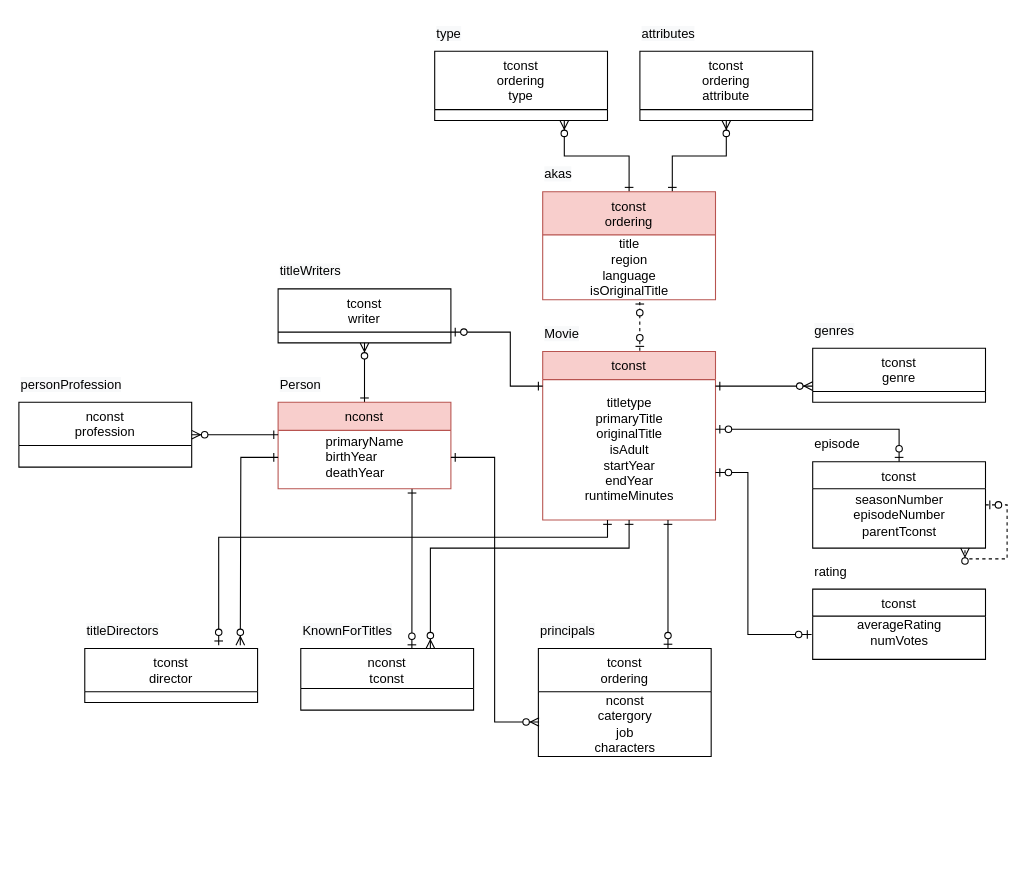
Before: db.drawio in inuinseoul/python_mysql-imdb-project, a draw.io diagram. Source tidied: cells renumbered, new cells numbered last; positions are measured from the earlier drawing's top-left corner, leaving out a move shared by most shapes. Both pictures are drawn from the tidied source at 108%, with x=0, y=0 at pixel (18, 18).
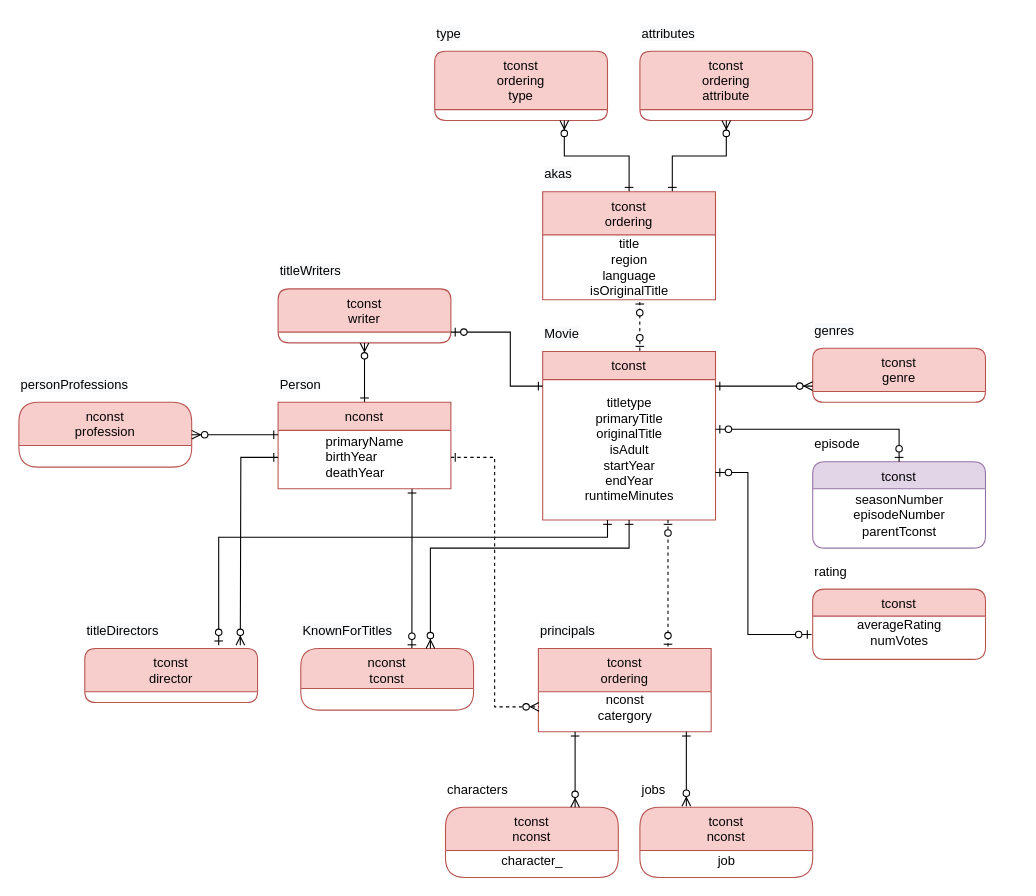
The same diagram, later.

The change refers to these unchanged cells:
```xml
<mxCell id="4" value="&lt;span&gt;&lt;br&gt;titletype&lt;/span&gt;&lt;br style=&quot;padding: 0px ; margin: 0px&quot;&gt;&lt;span&gt;primaryTitle&lt;/span&gt;&lt;br style=&quot;padding: 0px ; margin: 0px&quot;&gt;&lt;span&gt;originalTitle&lt;/span&gt;&lt;br style=&quot;padding: 0px ; margin: 0px&quot;&gt;&lt;span&gt;isAdult&lt;/span&gt;&lt;br style=&quot;padding: 0px ; margin: 0px&quot;&gt;&lt;span&gt;startYear&lt;/span&gt;&lt;br style=&quot;padding: 0px ; margin: 0px&quot;&gt;&lt;span&gt;endYear&lt;/span&gt;&lt;br style=&quot;padding: 0px ; margin: 0px&quot;&gt;&lt;span&gt;runtimeMinutes&lt;br&gt;&lt;/span&gt;&lt;div&gt;&lt;br&gt;&lt;/div&gt;" style="text;html=1;align=center;verticalAlign=middle;points=[];strokeColor=none;" parent="3" vertex="1">
  <mxGeometry y="26" width="160" height="130" as="geometry" />
</mxCell>
<mxCell id="27" value="&lt;div style=&quot;text-align: left&quot;&gt;primaryName&lt;/div&gt;&lt;div style=&quot;text-align: left&quot;&gt;birthYear&lt;/div&gt;&lt;div style=&quot;text-align: left&quot;&gt;deathYear&lt;/div&gt;" style="text;html=1;align=center;verticalAlign=middle;points=[];strokeColor=none;" parent="26" vertex="1">
  <mxGeometry y="26" width="160" height="50" as="geometry" />
</mxCell>
```

Change to the diagram source:
```diff
@@
-    <mxCell id="6" value="tconst&#10;genre" style="swimlane;fontStyle=0;align=center;verticalAlign=top;horizontal=1;startSize=40;rounded=0;shadow=0;strokeWidth=1;" parent="1" vertex="1">
+    <mxCell id="6" value="tconst&#10;genre" style="swimlane;fontStyle=0;align=center;verticalAlign=top;horizontal=1;startSize=40;rounded=1;shadow=0;strokeWidth=1;fillColor=#f8cecc;strokeColor=#b85450;" parent="1" vertex="1">
       <mxGeometry x="735" y="305" width="160" height="50" as="geometry" />
     </mxCell>
@@
-    <mxCell id="9" value="tconst&#10;ordering&#10;attribute" style="swimlane;fontStyle=0;align=center;verticalAlign=top;horizontal=1;startSize=54;rounded=0;shadow=0;strokeWidth=1;" parent="1" vertex="1">
+    <mxCell id="9" value="tconst&#10;ordering&#10;attribute" style="swimlane;fontStyle=0;align=center;verticalAlign=top;horizontal=1;startSize=54;rounded=1;shadow=0;strokeWidth=1;fillColor=#f8cecc;strokeColor=#b85450;" parent="1" vertex="1">
       <mxGeometry x="575" y="30" width="160" height="64" as="geometry" />
     </mxCell>
@@
-    <mxCell id="11" value="tconst&#10;ordering&#10;type" style="swimlane;fontStyle=0;align=center;verticalAlign=top;horizontal=1;startSize=54;rounded=0;shadow=0;strokeWidth=1;" parent="1" vertex="1">
+    <mxCell id="11" value="tconst&#10;ordering&#10;type" style="swimlane;fontStyle=0;align=center;verticalAlign=top;horizontal=1;startSize=54;rounded=1;shadow=0;strokeWidth=1;fillColor=#f8cecc;strokeColor=#b85450;" parent="1" vertex="1">
       <mxGeometry x="385" y="30" width="160" height="64" as="geometry" />
     </mxCell>
-    <mxCell id="12" value="tconst&#10;director" style="swimlane;fontStyle=0;align=center;verticalAlign=top;horizontal=1;startSize=40;rounded=0;shadow=0;strokeWidth=1;" parent="1" vertex="1">
+    <mxCell id="12" value="tconst&#10;director" style="swimlane;fontStyle=0;align=center;verticalAlign=top;horizontal=1;startSize=40;rounded=1;shadow=0;strokeWidth=1;fillColor=#f8cecc;strokeColor=#b85450;" parent="1" vertex="1">
       <mxGeometry x="61" y="583" width="160" height="50" as="geometry" />
     </mxCell>
@@
-    <mxCell id="14" value="tconst&#10;writer" style="swimlane;fontStyle=0;align=center;verticalAlign=top;horizontal=1;startSize=40;rounded=0;shadow=0;strokeWidth=1;" parent="1" vertex="1">
+    <mxCell id="14" value="tconst&#10;writer" style="swimlane;fontStyle=0;align=center;verticalAlign=top;horizontal=1;startSize=40;rounded=1;shadow=0;strokeWidth=1;fillColor=#f8cecc;strokeColor=#b85450;" parent="1" vertex="1">
       <mxGeometry x="240" y="250" width="160" height="50" as="geometry" />
     </mxCell>
@@
-    <mxCell id="16" value="tconst&#10;ordering" style="swimlane;fontStyle=0;align=center;verticalAlign=top;horizontal=1;startSize=40;rounded=0;shadow=0;strokeWidth=1;" parent="1" vertex="1">
-      <mxGeometry x="481" y="583" width="160" height="100" as="geometry" />
+    <mxCell id="16" value="tconst&#10;ordering" style="swimlane;fontStyle=0;align=center;verticalAlign=top;horizontal=1;startSize=40;rounded=0;shadow=0;strokeWidth=1;fillColor=#f8cecc;strokeColor=#b85450;" parent="1" vertex="1">
+      <mxGeometry x="481" y="583" width="160" height="77" as="geometry" />
     </mxCell>
-    <mxCell id="17" value="nconst&lt;br&gt;catergory&lt;br&gt;job&lt;br&gt;characters&lt;br&gt;" style="text;html=1;align=center;verticalAlign=middle;points=[];strokeColor=none;" parent="16" vertex="1">
-      <mxGeometry y="40" width="160" height="60" as="geometry" />
+    <mxCell id="17" value="nconst&lt;br&gt;catergory" style="text;html=1;align=center;verticalAlign=middle;points=[];strokeColor=none;" parent="16" vertex="1">
+      <mxGeometry y="40" width="160" height="30" as="geometry" />
     </mxCell>
@@
-    <mxCell id="29" value="nconst&#10;tconst" style="swimlane;fontStyle=0;align=center;verticalAlign=top;horizontal=1;startSize=37;rounded=0;shadow=0;strokeWidth=1;" parent="1" vertex="1">
+    <mxCell id="29" value="nconst&#10;tconst" style="swimlane;fontStyle=0;align=center;verticalAlign=top;horizontal=1;startSize=37;rounded=1;shadow=0;strokeWidth=1;fillColor=#f8cecc;strokeColor=#b85450;" parent="1" vertex="1">
       <mxGeometry x="261" y="583" width="160" height="57" as="geometry" />
     </mxCell>
@@
-    <mxCell id="32" value="nconst&#10;profession&#10;" style="swimlane;fontStyle=0;align=center;verticalAlign=top;horizontal=1;startSize=40;rounded=0;shadow=0;strokeWidth=1;" parent="1" vertex="1">
+    <mxCell id="32" value="nconst&#10;profession&#10;" style="swimlane;fontStyle=0;align=center;verticalAlign=top;horizontal=1;startSize=40;rounded=1;shadow=0;strokeWidth=1;fillColor=#f8cecc;strokeColor=#b85450;" parent="1" vertex="1">
       <mxGeometry y="355" width="160" height="60" as="geometry" />
     </mxCell>
@@
-    <mxCell id="34" value="&lt;span style=&quot;color: rgb(0 , 0 , 0) ; font-family: &amp;#34;helvetica&amp;#34; ; font-size: 12px ; font-style: normal ; font-weight: 400 ; letter-spacing: normal ; text-align: center ; text-indent: 0px ; text-transform: none ; word-spacing: 0px ; background-color: rgb(248 , 249 , 250) ; display: inline ; float: none&quot;&gt;personProfession&lt;/span&gt;" style="text;whiteSpace=wrap;html=1;" parent="1" vertex="1">
+    <mxCell id="34" value="&lt;span style=&quot;color: rgb(0 , 0 , 0) ; font-family: &amp;#34;helvetica&amp;#34; ; font-size: 12px ; font-style: normal ; font-weight: 400 ; letter-spacing: normal ; text-align: center ; text-indent: 0px ; text-transform: none ; word-spacing: 0px ; background-color: rgb(248 , 249 , 250) ; display: inline ; float: none&quot;&gt;personProfessions&lt;/span&gt;" style="text;whiteSpace=wrap;html=1;" parent="1" vertex="1">
       <mxGeometry y="325" width="60" height="30" as="geometry" />
     </mxCell>
@@
-    <mxCell id="38" style="edgeStyle=orthogonalEdgeStyle;rounded=0;jettySize=auto;html=1;entryX=0.75;entryY=0;entryDx=0;entryDy=0;startArrow=ERone;startFill=0;endArrow=ERzeroToOne;endFill=1;" parent="1" edge="1" source="4" target="16">
+    <mxCell id="38" style="edgeStyle=orthogonalEdgeStyle;rounded=0;jettySize=auto;html=1;entryX=0.75;entryY=0;entryDx=0;entryDy=0;startArrow=ERzeroToOne;startFill=1;endArrow=ERzeroToOne;endFill=1;dashed=1;" parent="1" edge="1" source="4" target="16">
       <mxGeometry relative="1" as="geometry">
         <Array as="points">
           <mxPoint x="601" y="520" />
           <mxPoint x="601" y="520" />
         </Array>
       </mxGeometry>
     </mxCell>
@@
-    <mxCell id="42" style="edgeStyle=orthogonalEdgeStyle;rounded=0;jettySize=auto;html=1;entryX=0.004;entryY=0.467;entryDx=0;entryDy=0;entryPerimeter=0;startArrow=ERone;startFill=0;endArrow=ERzeroToMany;endFill=1;" parent="1" edge="1" source="27" target="17">
+    <mxCell id="42" style="edgeStyle=orthogonalEdgeStyle;rounded=0;jettySize=auto;html=1;entryX=0.004;entryY=0.467;entryDx=0;entryDy=0;entryPerimeter=0;startArrow=ERone;startFill=0;endArrow=ERzeroToMany;endFill=1;dashed=1;" parent="1" edge="1" source="27" target="17">
       <mxGeometry relative="1" as="geometry" />
     </mxCell>
-    <mxCell id="43" value="tconst" style="swimlane;fontStyle=0;align=center;verticalAlign=top;horizontal=1;startSize=25;rounded=0;shadow=0;strokeWidth=1;" parent="1" vertex="1">
+    <mxCell id="43" value="tconst" style="swimlane;fontStyle=0;align=center;verticalAlign=top;horizontal=1;startSize=25;rounded=1;shadow=0;strokeWidth=1;fillColor=#e1d5e7;strokeColor=#9673a6;" parent="1" vertex="1">
       <mxGeometry x="735" y="410" width="160" height="80" as="geometry" />
     </mxCell>
@@
-    <mxCell id="47" value="tconst" style="swimlane;fontStyle=0;align=center;verticalAlign=top;horizontal=1;startSize=25;rounded=0;shadow=0;strokeWidth=1;" parent="1" vertex="1">
+    <mxCell id="47" value="tconst" style="swimlane;fontStyle=0;align=center;verticalAlign=top;horizontal=1;startSize=25;rounded=1;shadow=0;strokeWidth=1;fillColor=#f8cecc;strokeColor=#b85450;" parent="1" vertex="1">
       <mxGeometry x="735" y="528" width="160" height="65" as="geometry" />
     </mxCell>
@@
-    <mxCell id="51" style="edgeStyle=orthogonalEdgeStyle;rounded=0;orthogonalLoop=1;jettySize=auto;html=1;startArrow=ERzeroToOne;startFill=1;endArrow=ERzeroToMany;endFill=1;dashed=1;" parent="1" edge="1">
-      <mxGeometry relative="1" as="geometry">
-        <mxPoint x="895" y="450" as="sourcePoint" />
-        <mxPoint x="876" y="490" as="targetPoint" />
-        <Array as="points">
-          <mxPoint x="915" y="450" />
-          <mxPoint x="915" y="500" />
-          <mxPoint x="876" y="500" />
-        </Array>
-      </mxGeometry>
-    </mxCell>
+    <mxCell id="52" value="&lt;div style=&quot;text-align: center&quot;&gt;&lt;span&gt;characters&lt;/span&gt;&lt;br&gt;&lt;/div&gt;" style="text;whiteSpace=wrap;html=1;" parent="1" vertex="1">
+      <mxGeometry x="395" y="700" width="60" height="30" as="geometry" />
+    </mxCell>
+    <mxCell id="53" value="tconst&#10;nconst" style="swimlane;fontStyle=0;align=center;verticalAlign=top;horizontal=1;startSize=40;rounded=1;shadow=0;strokeWidth=1;fillColor=#f8cecc;strokeColor=#b85450;" parent="1" vertex="1">
+      <mxGeometry x="395" y="730" width="160" height="65" as="geometry" />
+    </mxCell>
+    <mxCell id="54" value="&lt;div&gt;character_&lt;/div&gt;" style="text;html=1;align=center;verticalAlign=middle;strokeColor=none;" parent="53" vertex="1">
+      <mxGeometry y="40" width="160" height="20" as="geometry" />
+    </mxCell>
+    <mxCell id="55" style="edgeStyle=orthogonalEdgeStyle;rounded=0;jettySize=auto;html=1;entryX=0.75;entryY=0;entryDx=0;entryDy=0;startArrow=ERone;startFill=0;endArrow=ERzeroToMany;endFill=1;" parent="1" edge="1" target="53">
+      <mxGeometry relative="1" as="geometry">
+        <mxPoint x="515" y="660" as="sourcePoint" />
+        <Array as="points">
+          <mxPoint x="515" y="660" />
+        </Array>
+      </mxGeometry>
+    </mxCell>
+    <mxCell id="56" value="tconst&#10;nconst" style="swimlane;fontStyle=0;align=center;verticalAlign=top;horizontal=1;startSize=40;rounded=1;shadow=0;strokeWidth=1;fillColor=#f8cecc;strokeColor=#b85450;" parent="1" vertex="1">
+      <mxGeometry x="575" y="730" width="160" height="65" as="geometry" />
+    </mxCell>
+    <mxCell id="57" value="&lt;div&gt;job&lt;/div&gt;" style="text;html=1;align=center;verticalAlign=middle;strokeColor=none;" parent="56" vertex="1">
+      <mxGeometry y="40" width="160" height="20" as="geometry" />
+    </mxCell>
+    <mxCell id="58" value="&lt;div style=&quot;text-align: center&quot;&gt;&lt;span&gt;jobs&lt;/span&gt;&lt;br&gt;&lt;/div&gt;" style="text;whiteSpace=wrap;html=1;" parent="1" vertex="1">
+      <mxGeometry x="575" y="700" width="60" height="30" as="geometry" />
+    </mxCell>
+    <mxCell id="59" style="edgeStyle=orthogonalEdgeStyle;rounded=0;orthogonalLoop=1;jettySize=auto;html=1;startArrow=ERone;startFill=0;endArrow=ERzeroToMany;endFill=1;" parent="1" edge="1">
+      <mxGeometry relative="1" as="geometry">
+        <mxPoint x="618" y="660" as="sourcePoint" />
+        <mxPoint x="618" y="729" as="targetPoint" />
+        <Array as="points">
+          <mxPoint x="618" y="729" />
+        </Array>
+      </mxGeometry>
+    </mxCell>
```
